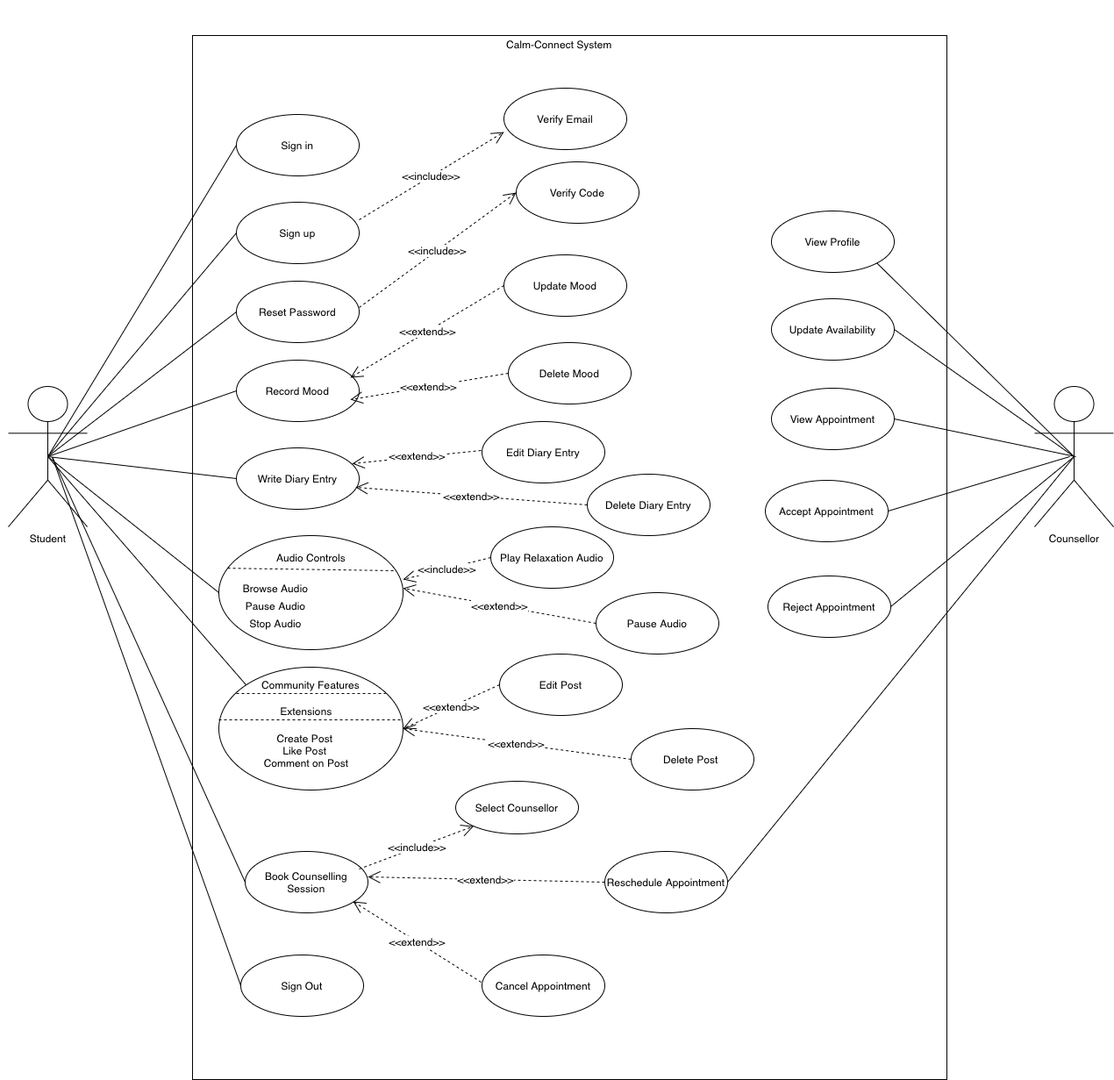
Earlier version of the draw.io export final usecase.drawio.png (laisaramisa-purr/psychic-fishstick). Source tidied: cells renumbered, new cells last; positions are measured from the earlier drawing's top-left corner, leaving out a move shared by most shapes.
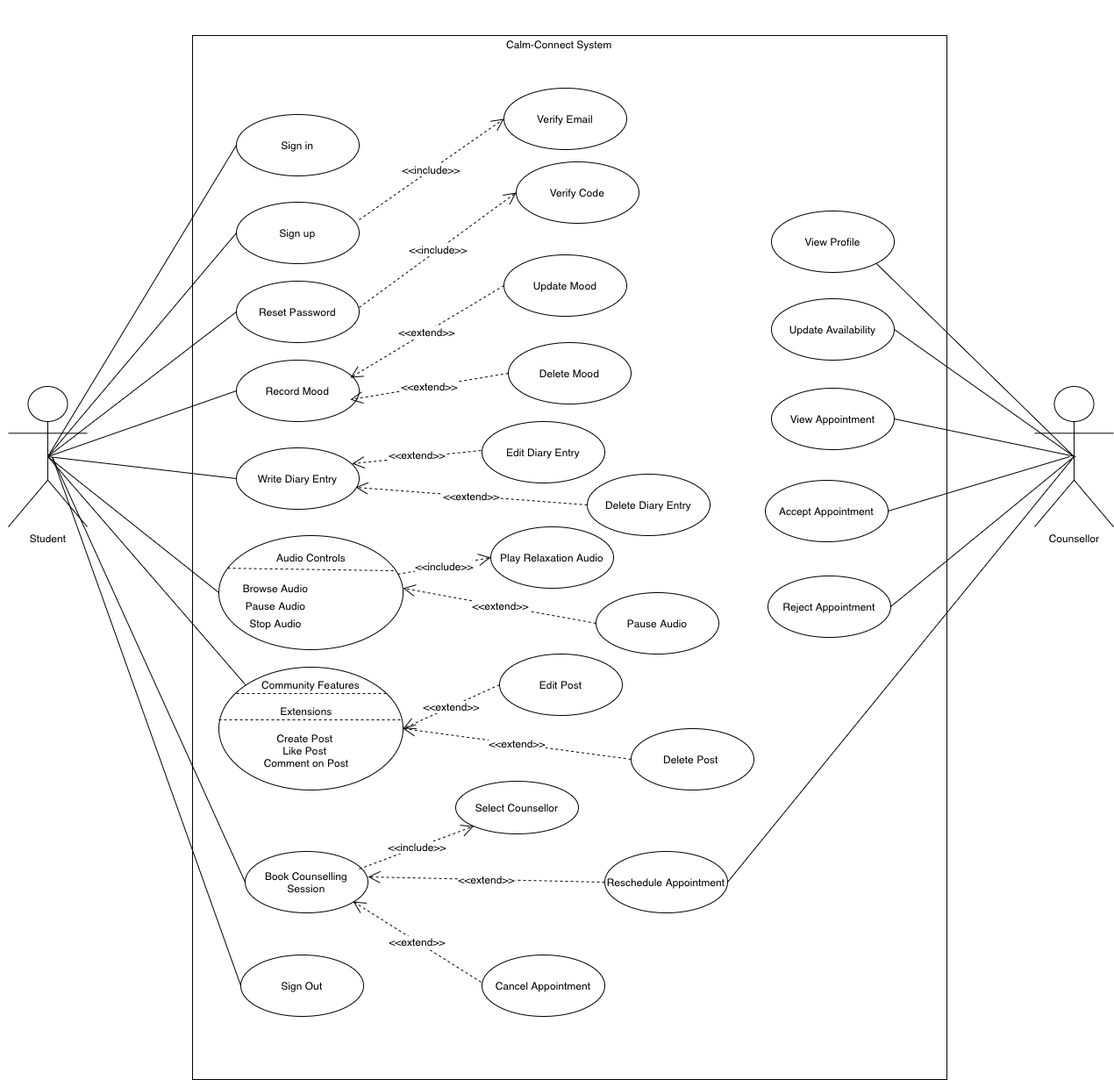
After the change.

The edit, as a diff of the source:
```diff
@@ -182,7 +182,7 @@
         <mxPoint x="390" y="430" as="targetPoint" />
       </mxGeometry>
     </mxCell>
-    <mxCell id="56" value="&amp;lt;&amp;lt;include&amp;gt;&amp;gt;" style="endArrow=open;endSize=12;dashed=1;html=1;rounded=0;fontSize=12;curved=1;entryX=0;entryY=0.714;entryDx=0;entryDy=0;entryPerimeter=0;" parent="1" edge="1" target="12">
+    <mxCell id="56" value="&amp;lt;&amp;lt;include&amp;gt;&amp;gt;" style="endArrow=open;endSize=12;dashed=1;html=1;rounded=0;fontSize=12;curved=1;entryX=0;entryY=0.5;entryDx=0;entryDy=0;" parent="1" edge="1" target="12">
       <mxGeometry relative="1" as="geometry">
         <mxPoint x="400" y="250" as="sourcePoint" />
       </mxGeometry>
@@ -215,9 +215,9 @@
     <mxCell id="62" value="&amp;lt;&amp;lt;extend&amp;gt;&amp;gt;" style="endArrow=open;endSize=12;dashed=1;html=1;rounded=0;fontSize=12;curved=1;entryX=1;entryY=0.5;entryDx=0;entryDy=0;exitX=0;exitY=0.5;exitDx=0;exitDy=0;" parent="1" edge="1" source="28" target="35">
       <mxGeometry relative="1" as="geometry" />
     </mxCell>
-    <mxCell id="63" value="&amp;lt;&amp;lt;include&amp;gt;&amp;gt;" style="endArrow=open;endSize=12;dashed=1;html=1;rounded=0;fontSize=12;curved=1;exitX=0;exitY=0.5;exitDx=0;exitDy=0;" parent="1" edge="1" source="22">
+    <mxCell id="63" value="&amp;lt;&amp;lt;include&amp;gt;&amp;gt;" style="endArrow=open;endSize=12;dashed=1;html=1;rounded=0;fontSize=12;curved=1;entryX=0;entryY=0.5;entryDx=0;entryDy=0;" parent="1" edge="1" target="22">
       <mxGeometry relative="1" as="geometry">
-        <mxPoint x="450" y="660" as="targetPoint" />
+        <mxPoint x="444" y="654" as="sourcePoint" />
       </mxGeometry>
     </mxCell>
     <mxCell id="64" value="&amp;lt;&amp;lt;extend&amp;gt;&amp;gt;" style="endArrow=open;endSize=12;dashed=1;html=1;rounded=0;fontSize=12;curved=1;" parent="1" edge="1">
```
